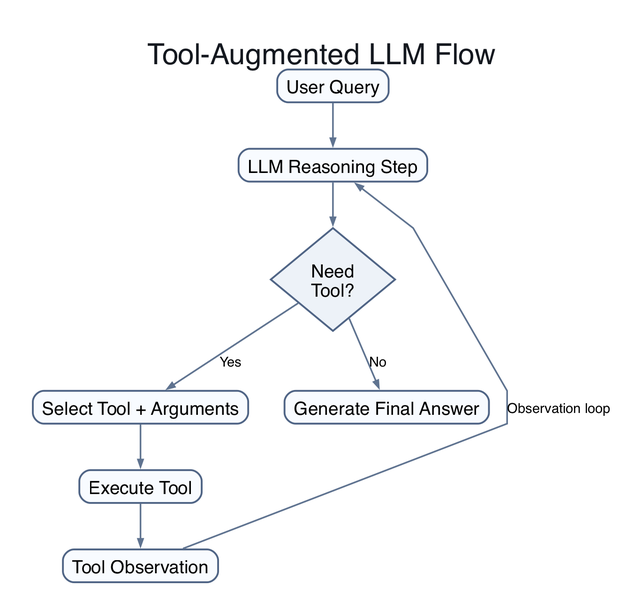
Before: assets/diagram_tool_flow.png, a diagram exported from Graphviz (quiznat/tot-hf-survey-artifacts). Its source is kept beside it as assets/diagram_tool_flow.dot. Source of this version:
```dot
digraph G {
  graph [bgcolor="#ffffff", pad="0.35", nodesep="0.55", ranksep="0.70", splines="polyline", fontname="Helvetica", fontcolor="#14181f", labelloc="t", margin="0.15", rankdir="TB", label="Tool-Augmented LLM Flow", fontsize="32"];
  node [shape="box", style="rounded,filled", fillcolor="#f8fbff", color="#4f6485", penwidth="2.0", fontname="Helvetica", fontsize="20", margin="0.14,0.10"];
  edge [color="#5f7390", penwidth="1.8", arrowsize="0.8", fontname="Helvetica", fontsize="15", labeldistance="1.4"];

  query [label="User Query"];
  reason [label="LLM Reasoning Step"];
  need [shape="diamond", style="filled", fillcolor="#edf2f8", label="Need\nTool?"];
  select [label="Select Tool + Arguments"];
  exec [label="Execute Tool"];
  obs [label="Tool Observation"];
  ans [label="Generate Final Answer"];

  query -> reason;
  reason -> need;
  need -> select [label="Yes"];
  need -> ans [label="No"];
  select -> exec;
  exec -> obs;
  obs -> reason [label="Observation loop", constraint=false];

  { rank=same; select; ans }
}
```
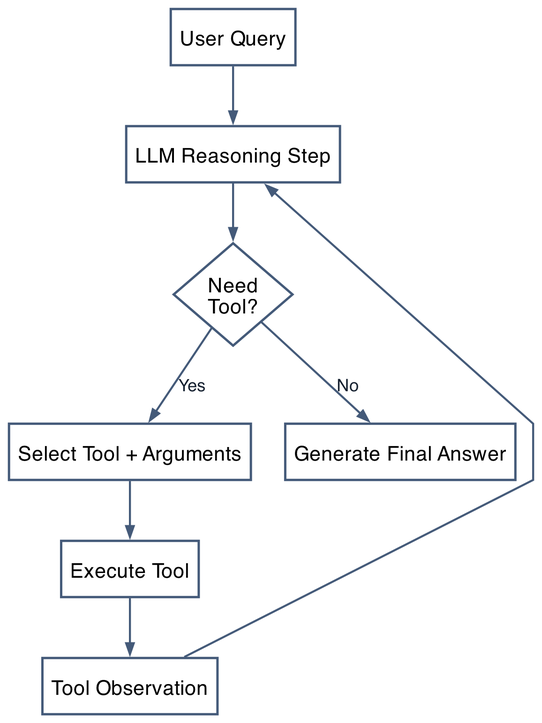
Later version of the same file.

Diff of the diagram source:
```diff
@@ -1,23 +1,21 @@
 digraph G {
-  graph [bgcolor="#ffffff", pad="0.35", nodesep="0.55", ranksep="0.70", splines="polyline", fontname="Helvetica", fontcolor="#14181f", labelloc="t", margin="0.15", rankdir="TB", label="Tool-Augmented LLM Flow", fontsize="32"];
-  node [shape="box", style="rounded,filled", fillcolor="#f8fbff", color="#4f6485", penwidth="2.0", fontname="Helvetica", fontsize="20", margin="0.14,0.10"];
-  edge [color="#5f7390", penwidth="1.8", arrowsize="0.8", fontname="Helvetica", fontsize="15", labeldistance="1.4"];
+  graph [bgcolor="#ffffff", pad="0.06", nodesep="0.34", ranksep="0.50", splines="polyline", fontname="Helvetica", fontcolor="#162130", margin="0.02", rankdir="TB", ranksep="0.52", nodesep="0.30"];
+  node [shape="box", style="filled", fillcolor="#ffffff", color="#445a79", penwidth="1.5", fontname="Helvetica", fontsize="13", margin="0.08,0.06"];
+  edge [color="#445a79", penwidth="1.3", arrowsize="0.70", fontname="Helvetica", fontsize="11", fontcolor="#162130"];
 
   query [label="User Query"];
   reason [label="LLM Reasoning Step"];
-  need [shape="diamond", style="filled", fillcolor="#edf2f8", label="Need\nTool?"];
+  need [shape="diamond", style="filled", fillcolor="#ffffff", color="#445a79", penwidth="1.5", fontname="Helvetica", fontsize="13", margin="0.04,0.04", label="Need\nTool?"];
   select [label="Select Tool + Arguments"];
-  exec [label="Execute Tool"];
-  obs [label="Tool Observation"];
-  ans [label="Generate Final Answer"];
+  execute [label="Execute Tool"];
+  observe [label="Tool Observation"];
+  answer [label="Generate Final Answer"];
 
-  query -> reason;
-  reason -> need;
+  query -> reason -> need;
   need -> select [label="Yes"];
-  need -> ans [label="No"];
-  select -> exec;
-  exec -> obs;
-  obs -> reason [label="Observation loop", constraint=false];
+  need -> answer [label="No"];
+  select -> execute -> observe;
+  observe -> reason [constraint=false];
 
-  { rank=same; select; ans }
+  { rank=same; select; answer }
 }
```
